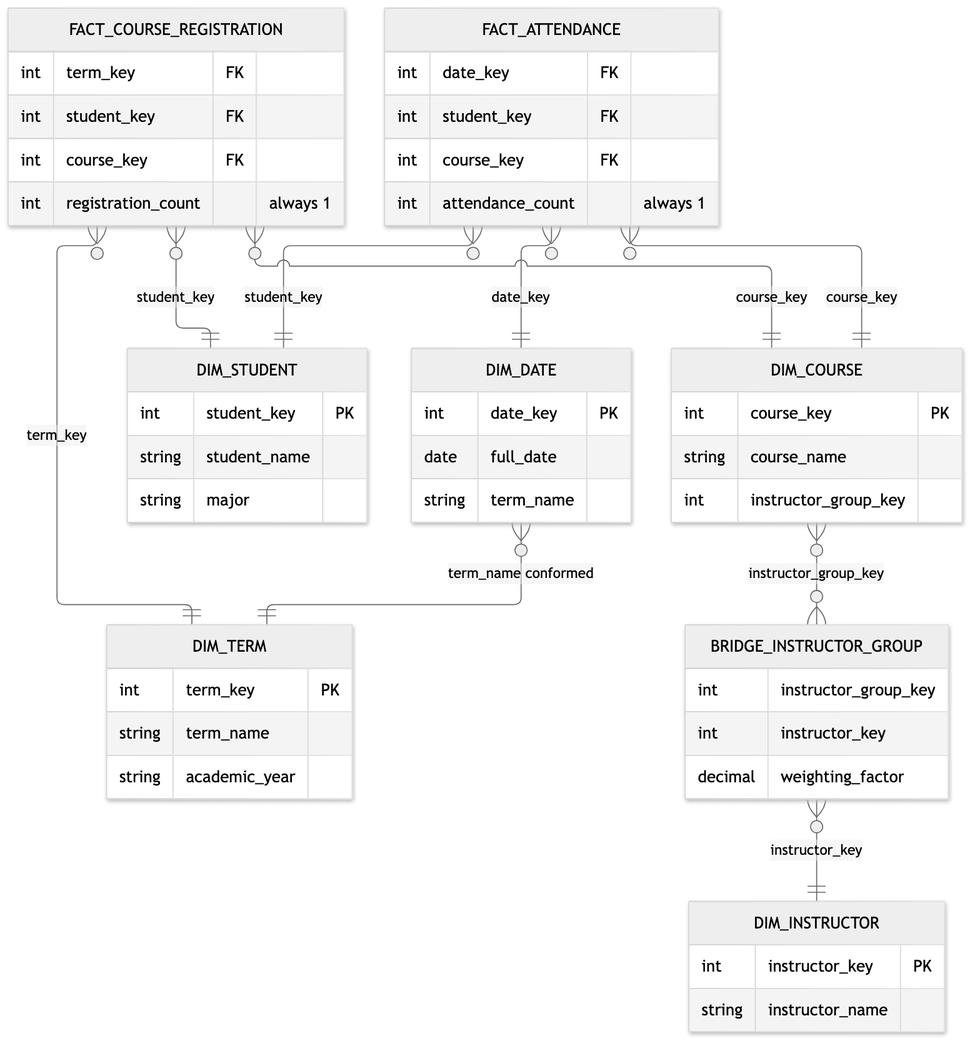
This is public/assets/data-warehouse-toolkit/ch13-registration-attendance.png from surfalytics/dataengineer_ru, a Mermaid export, as it was before one commit. Its source is kept beside it as scripts/kimball-diagrams/src/ch13-registration-attendance.mmd.
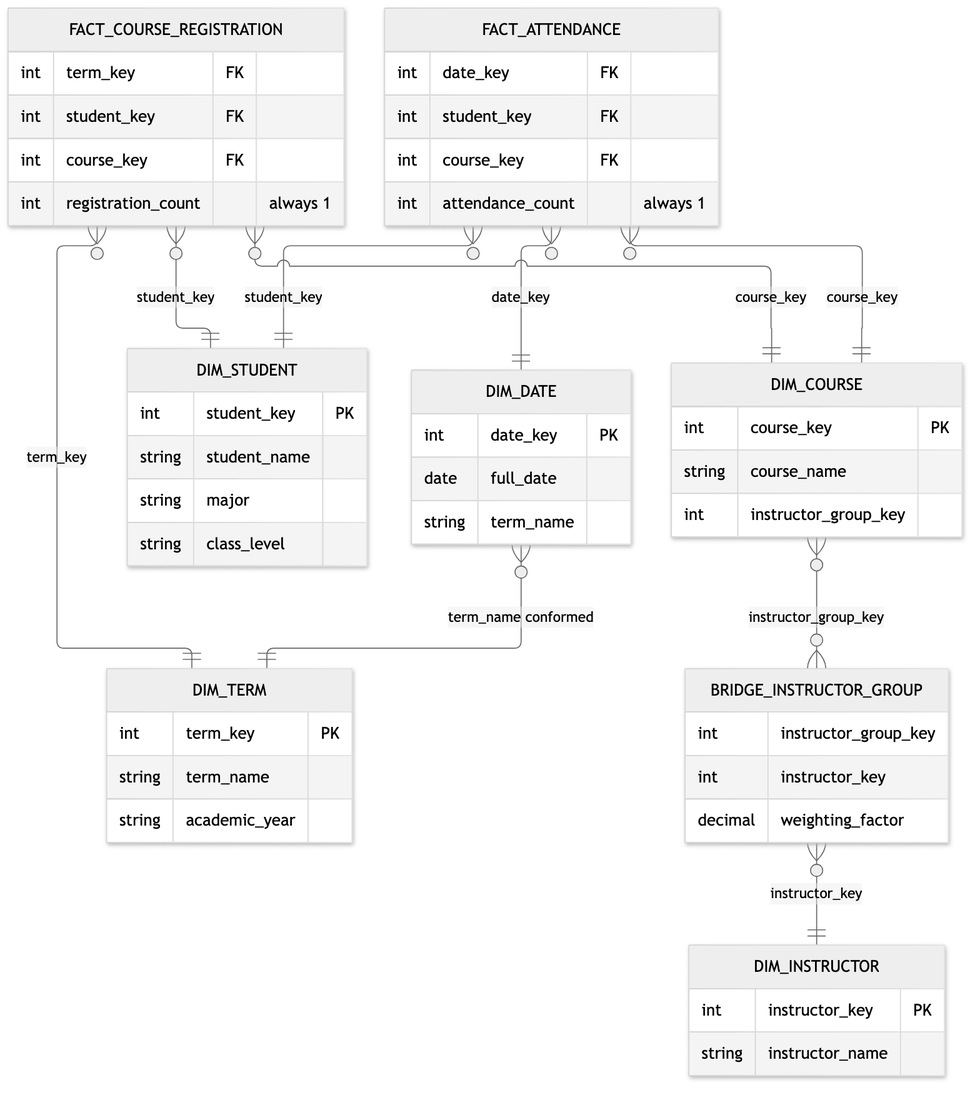
The same file after the commit.

Diff of the diagram source:
```diff
@@ -38,6 +38,7 @@
     int student_key PK
     string student_name
     string major
+    string class_level
   }
   DIM_TERM {
     int term_key PK
```
